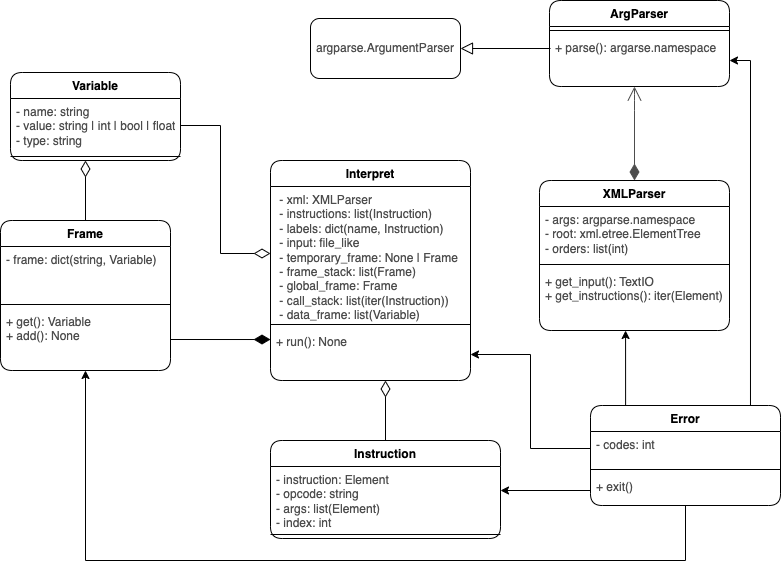
Above: img/IPP2.png in jkalend/VUT-IPP (draw.io), before the change. Source tidied: cells renumbered, new cells last; positions are measured from the earlier drawing's top-left corner, leaving out a move shared by most shapes.
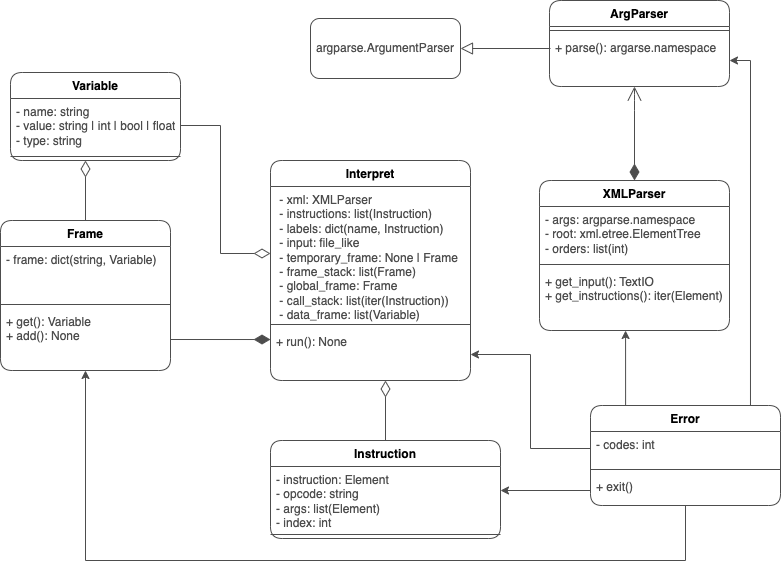
Later version of the same file.

The edit, as a diff of the source:
```diff
@@ -2,7 +2,7 @@
   <root>
     <mxCell id="0" />
     <mxCell id="1" parent="0" />
-    <mxCell id="2" value="ArgParser" style="swimlane;fontStyle=1;align=center;verticalAlign=top;horizontal=1;startSize=26;whiteSpace=wrap;html=1;rounded=1;" parent="1" vertex="1">
+    <mxCell id="2" value="ArgParser" style="swimlane;fontStyle=1;align=center;verticalAlign=top;horizontal=1;startSize=26;whiteSpace=wrap;html=1;rounded=1;strokeColor=#4D4D4D;" parent="1" vertex="1">
       <mxGeometry x="549" width="180" height="86" as="geometry" />
     </mxCell>
     <mxCell id="3" style="line;strokeWidth=1;fillColor=none;align=left;verticalAlign=middle;spacingTop=-1;spacingLeft=3;spacingRight=3;labelPosition=right;strokeColor=inherit;rounded=1;" parent="2" vertex="1">
@@ -11,7 +11,7 @@
     <mxCell id="4" value="+ parse(): argarse.namespace" style="text;strokeColor=none;fillColor=none;align=left;verticalAlign=top;spacingLeft=4;spacingRight=4;overflow=hidden;points=[[0,0.5],[1,0.5]];portConstraint=eastwest;whiteSpace=wrap;html=1;fontColor=#4D4D4D;rounded=1;" parent="2" vertex="1">
       <mxGeometry y="34" width="180" height="52" as="geometry" />
     </mxCell>
-    <mxCell id="5" value="&lt;font color=&quot;#000000&quot;&gt;XMLParser&lt;/font&gt;" style="swimlane;fontStyle=1;align=center;verticalAlign=top;horizontal=1;startSize=26;whiteSpace=wrap;html=1;rounded=1;fontColor=#4D4D4D;" parent="1" vertex="1">
+    <mxCell id="5" value="&lt;font color=&quot;#000000&quot;&gt;XMLParser&lt;/font&gt;" style="swimlane;fontStyle=1;align=center;verticalAlign=top;horizontal=1;startSize=26;whiteSpace=wrap;html=1;rounded=1;fontColor=#4D4D4D;strokeColor=#4D4D4D;" parent="1" vertex="1">
       <mxGeometry x="539" y="180" width="190" height="150" as="geometry" />
     </mxCell>
     <mxCell id="6" value="- args: argparse.namespace&lt;br&gt;- root: xml.etree.ElementTree&lt;br&gt;- orders: list(int)" style="text;strokeColor=none;fillColor=none;align=left;verticalAlign=top;spacingLeft=4;spacingRight=4;overflow=hidden;whiteSpace=wrap;html=1;fontColor=#4D4D4D;rounded=1;" parent="5" vertex="1">
@@ -23,7 +23,7 @@
     <mxCell id="8" value="+ get_input(): TextIO&lt;br&gt;+ get_instructions(): iter(Element)" style="text;strokeColor=none;fillColor=none;align=left;verticalAlign=top;spacingLeft=4;spacingRight=4;overflow=hidden;points=[[0,0.5],[1,0.5]];portConstraint=eastwest;whiteSpace=wrap;html=1;fontColor=#4D4D4D;rounded=1;" parent="5" vertex="1">
       <mxGeometry y="88" width="190" height="62" as="geometry" />
     </mxCell>
-    <mxCell id="9" value="Interpret" style="swimlane;fontStyle=1;align=center;verticalAlign=top;horizontal=1;startSize=26;whiteSpace=wrap;html=1;rounded=1;" parent="1" vertex="1">
+    <mxCell id="9" value="Interpret" style="swimlane;fontStyle=1;align=center;verticalAlign=top;horizontal=1;startSize=26;whiteSpace=wrap;html=1;rounded=1;strokeColor=#4D4D4D;" parent="1" vertex="1">
       <mxGeometry x="270" y="160" width="200" height="220" as="geometry" />
     </mxCell>
     <mxCell id="10" value="&lt;span style=&quot;background-color: initial;&quot;&gt;&amp;nbsp;- xml: XMLParser&lt;br&gt;&amp;nbsp;- instructions: list(Instruction)&lt;br&gt;&amp;nbsp;- labels: dict(name, Instruction)&lt;br&gt;&amp;nbsp;- input: file_like&lt;br&gt;&amp;nbsp;- temporary_frame: None | Frame&lt;br&gt;&amp;nbsp;- frame_stack: list(Frame)&lt;br&gt;&amp;nbsp;- global_frame: Frame&lt;br&gt;&amp;nbsp;- call_stack: list(iter(Instruction))&lt;br&gt;&amp;nbsp;- data_frame: list(Variable)&lt;br&gt;&lt;/span&gt;" style="text;strokeColor=none;fillColor=none;align=left;verticalAlign=top;spacingLeft=4;spacingRight=4;overflow=hidden;points=[[0,0.5],[1,0.5]];portConstraint=eastwest;whiteSpace=wrap;html=1;fontColor=#4D4D4D;rounded=1;" parent="9" vertex="1">
@@ -43,15 +43,15 @@
         </Array>
       </mxGeometry>
     </mxCell>
-    <mxCell id="14" value="argparse.ArgumentParser" style="rounded=1;whiteSpace=wrap;html=1;fontColor=#4D4D4D;" parent="1" vertex="1">
+    <mxCell id="14" value="argparse.ArgumentParser" style="rounded=1;whiteSpace=wrap;html=1;fontColor=#4D4D4D;strokeColor=#4D4D4D;" parent="1" vertex="1">
       <mxGeometry x="310" y="18" width="150" height="60" as="geometry" />
     </mxCell>
-    <mxCell id="15" style="endArrow=none;startArrow=block;html=1;rounded=0;exitX=1;exitY=0.5;exitDx=0;exitDy=0;startFill=0;endFill=0;strokeWidth=1;endSize=10;startSize=10;" parent="1" edge="1" source="14">
+    <mxCell id="15" style="endArrow=none;startArrow=block;html=1;rounded=0;exitX=1;exitY=0.5;exitDx=0;exitDy=0;startFill=0;endFill=0;strokeWidth=1;endSize=10;startSize=10;fontColor=#4D4D4D;strokeColor=#4D4D4D;" parent="1" edge="1" source="14">
       <mxGeometry relative="1" as="geometry">
         <mxPoint x="550" y="48" as="targetPoint" />
       </mxGeometry>
     </mxCell>
-    <mxCell id="16" value="Variable" style="swimlane;fontStyle=1;align=center;verticalAlign=top;horizontal=1;startSize=26;whiteSpace=wrap;html=1;rounded=1;" parent="1" vertex="1">
+    <mxCell id="16" value="Variable" style="swimlane;fontStyle=1;align=center;verticalAlign=top;horizontal=1;startSize=26;whiteSpace=wrap;html=1;rounded=1;strokeColor=#4D4D4D;" parent="1" vertex="1">
       <mxGeometry x="10" y="72" width="170" height="88" as="geometry" />
     </mxCell>
     <mxCell id="17" value="- name: string&lt;br&gt;- value: string | int | bool | float&lt;br&gt;- type: string" style="text;strokeColor=none;fillColor=none;align=left;verticalAlign=top;spacingLeft=4;spacingRight=4;overflow=hidden;points=[[0,0.5],[1,0.5]];portConstraint=eastwest;whiteSpace=wrap;html=1;fontColor=#4D4D4D;rounded=1;" parent="16" vertex="1">
@@ -60,12 +60,12 @@
     <mxCell id="18" style="line;strokeWidth=1;fillColor=none;align=left;verticalAlign=middle;spacingTop=-1;spacingLeft=3;spacingRight=3;labelPosition=right;strokeColor=inherit;rounded=1;" parent="16" vertex="1">
       <mxGeometry y="80" width="170" height="8" as="geometry" />
     </mxCell>
-    <mxCell id="19" style="edgeStyle=orthogonalEdgeStyle;rounded=0;jettySize=auto;html=1;exitX=0.5;exitY=0;exitDx=0;exitDy=0;endArrow=diamondThin;endFill=0;startSize=14;endSize=14;fontColor=#4D4D4D;" parent="1" edge="1" source="20">
+    <mxCell id="19" style="edgeStyle=orthogonalEdgeStyle;rounded=0;jettySize=auto;html=1;exitX=0.5;exitY=0;exitDx=0;exitDy=0;endArrow=diamondThin;endFill=0;startSize=14;endSize=14;fontColor=#4D4D4D;strokeColor=#4D4D4D;" parent="1" edge="1" source="20">
       <mxGeometry relative="1" as="geometry">
         <mxPoint x="85" y="160" as="targetPoint" />
       </mxGeometry>
     </mxCell>
-    <mxCell id="20" value="Frame" style="swimlane;fontStyle=1;align=center;verticalAlign=top;horizontal=1;startSize=26;whiteSpace=wrap;html=1;rounded=1;" parent="1" vertex="1">
+    <mxCell id="20" value="Frame" style="swimlane;fontStyle=1;align=center;verticalAlign=top;horizontal=1;startSize=26;whiteSpace=wrap;html=1;rounded=1;strokeColor=#4D4D4D;" parent="1" vertex="1">
       <mxGeometry y="220" width="170" height="150" as="geometry" />
     </mxCell>
     <mxCell id="21" value="- frame: dict(string, Variable)" style="text;strokeColor=none;fillColor=none;align=left;verticalAlign=top;spacingLeft=4;spacingRight=4;overflow=hidden;whiteSpace=wrap;html=1;fontColor=#4D4D4D;rounded=1;" parent="20" vertex="1">
@@ -77,10 +77,10 @@
     <mxCell id="23" value="+ get(): Variable&lt;br&gt;+ add(): None" style="text;strokeColor=none;fillColor=none;align=left;verticalAlign=top;spacingLeft=4;spacingRight=4;overflow=hidden;points=[[0,0.5],[1,0.5]];portConstraint=eastwest;whiteSpace=wrap;html=1;fontColor=#4D4D4D;rounded=1;" parent="20" vertex="1">
       <mxGeometry y="88" width="170" height="62" as="geometry" />
     </mxCell>
-    <mxCell id="24" style="edgeStyle=orthogonalEdgeStyle;rounded=0;jettySize=auto;html=1;exitX=0.5;exitY=0;exitDx=0;exitDy=0;entryX=0.575;entryY=1;entryDx=0;entryDy=0;entryPerimeter=0;endArrow=diamondThin;endFill=0;endSize=14;fontColor=#4D4D4D;" parent="1" edge="1" source="25" target="12">
+    <mxCell id="24" style="edgeStyle=orthogonalEdgeStyle;rounded=0;jettySize=auto;html=1;exitX=0.5;exitY=0;exitDx=0;exitDy=0;entryX=0.575;entryY=1;entryDx=0;entryDy=0;entryPerimeter=0;endArrow=diamondThin;endFill=0;endSize=14;fontColor=#4D4D4D;strokeColor=#4D4D4D;" parent="1" edge="1" source="25" target="12">
       <mxGeometry relative="1" as="geometry" />
     </mxCell>
-    <mxCell id="25" value="Instruction" style="swimlane;fontStyle=1;align=center;verticalAlign=top;horizontal=1;startSize=26;whiteSpace=wrap;html=1;rounded=1;" parent="1" vertex="1">
+    <mxCell id="25" value="Instruction" style="swimlane;fontStyle=1;align=center;verticalAlign=top;horizontal=1;startSize=26;whiteSpace=wrap;html=1;rounded=1;strokeColor=#4D4D4D;" parent="1" vertex="1">
       <mxGeometry x="270" y="440" width="230" height="98" as="geometry" />
     </mxCell>
     <mxCell id="26" value="- instruction: Element&lt;br&gt;- opcode: string&lt;br&gt;- args: list(Element)&lt;br&gt;- index: int" style="text;strokeColor=none;fillColor=none;align=left;verticalAlign=top;spacingLeft=4;spacingRight=4;overflow=hidden;points=[[0,0.5],[1,0.5]];portConstraint=eastwest;whiteSpace=wrap;html=1;fontColor=#4D4D4D;rounded=1;" parent="25" vertex="1">
@@ -89,17 +89,17 @@
     <mxCell id="27" style="line;strokeWidth=1;fillColor=none;align=left;verticalAlign=middle;spacingTop=-1;spacingLeft=3;spacingRight=3;labelPosition=right;strokeColor=inherit;rounded=1;" parent="25" vertex="1">
       <mxGeometry y="90" width="230" height="8" as="geometry" />
     </mxCell>
-    <mxCell id="28" style="edgeStyle=orthogonalEdgeStyle;rounded=0;jettySize=auto;html=1;entryX=1;entryY=0.5;entryDx=0;entryDy=0;exitX=0.842;exitY=0;exitDx=0;exitDy=0;exitPerimeter=0;" parent="1" edge="1" source="30" target="4">
+    <mxCell id="28" style="edgeStyle=orthogonalEdgeStyle;rounded=0;jettySize=auto;html=1;entryX=1;entryY=0.5;entryDx=0;entryDy=0;exitX=0.842;exitY=0;exitDx=0;exitDy=0;exitPerimeter=0;fontColor=#4D4D4D;strokeColor=#4D4D4D;" parent="1" edge="1" source="30" target="4">
       <mxGeometry relative="1" as="geometry" />
     </mxCell>
-    <mxCell id="29" style="edgeStyle=orthogonalEdgeStyle;rounded=0;jettySize=auto;html=1;exitX=0.5;exitY=0;exitDx=0;exitDy=0;entryX=0.453;entryY=1;entryDx=0;entryDy=0;entryPerimeter=0;fontColor=#4D4D4D;" parent="1" edge="1" source="30" target="8">
+    <mxCell id="29" style="edgeStyle=orthogonalEdgeStyle;rounded=0;jettySize=auto;html=1;exitX=0.5;exitY=0;exitDx=0;exitDy=0;entryX=0.453;entryY=1;entryDx=0;entryDy=0;entryPerimeter=0;fontColor=#4D4D4D;strokeColor=#4D4D4D;" parent="1" edge="1" source="30" target="8">
       <mxGeometry relative="1" as="geometry">
         <Array as="points">
           <mxPoint x="625" y="405" />
         </Array>
       </mxGeometry>
     </mxCell>
-    <mxCell id="30" value="Error" style="swimlane;fontStyle=1;align=center;verticalAlign=top;horizontal=1;startSize=26;whiteSpace=wrap;html=1;rounded=1;" parent="1" vertex="1">
+    <mxCell id="30" value="Error" style="swimlane;fontStyle=1;align=center;verticalAlign=top;horizontal=1;startSize=26;whiteSpace=wrap;html=1;rounded=1;strokeColor=#4D4D4D;" parent="1" vertex="1">
       <mxGeometry x="590" y="405" width="190" height="100" as="geometry" />
     </mxCell>
     <mxCell id="31" value="- codes: int" style="text;strokeColor=none;fillColor=none;align=left;verticalAlign=top;spacingLeft=4;spacingRight=4;overflow=hidden;points=[[0,0.5],[1,0.5]];portConstraint=eastwest;whiteSpace=wrap;html=1;fontColor=#4D4D4D;rounded=1;" parent="30" vertex="1">
@@ -111,17 +111,17 @@
     <mxCell id="33" value="+ exit()" style="text;strokeColor=none;fillColor=none;align=left;verticalAlign=top;spacingLeft=4;spacingRight=4;overflow=hidden;points=[[0,0.5],[1,0.5]];portConstraint=eastwest;whiteSpace=wrap;html=1;fontColor=#4D4D4D;rounded=1;" parent="30" vertex="1">
       <mxGeometry y="68" width="190" height="32" as="geometry" />
     </mxCell>
-    <mxCell id="34" style="edgeStyle=orthogonalEdgeStyle;rounded=0;jettySize=auto;html=1;exitX=0;exitY=0.5;exitDx=0;exitDy=0;entryX=1;entryY=0.375;entryDx=0;entryDy=0;entryPerimeter=0;fontColor=#4D4D4D;" parent="1" edge="1" source="33" target="26">
+    <mxCell id="34" style="edgeStyle=orthogonalEdgeStyle;rounded=0;jettySize=auto;html=1;exitX=0;exitY=0.5;exitDx=0;exitDy=0;entryX=1;entryY=0.375;entryDx=0;entryDy=0;entryPerimeter=0;fontColor=#4D4D4D;strokeColor=#4D4D4D;" parent="1" edge="1" source="33" target="26">
       <mxGeometry relative="1" as="geometry">
         <Array as="points">
           <mxPoint x="590" y="490" />
         </Array>
       </mxGeometry>
     </mxCell>
-    <mxCell id="35" style="edgeStyle=orthogonalEdgeStyle;rounded=0;jettySize=auto;html=1;exitX=0;exitY=0.5;exitDx=0;exitDy=0;entryX=1;entryY=0.5;entryDx=0;entryDy=0;fontColor=#4D4D4D;" parent="1" edge="1" source="31" target="12">
+    <mxCell id="35" style="edgeStyle=orthogonalEdgeStyle;rounded=0;jettySize=auto;html=1;exitX=0;exitY=0.5;exitDx=0;exitDy=0;entryX=1;entryY=0.5;entryDx=0;entryDy=0;fontColor=#4D4D4D;strokeColor=#4D4D4D;" parent="1" edge="1" source="31" target="12">
       <mxGeometry relative="1" as="geometry" />
     </mxCell>
-    <mxCell id="36" style="edgeStyle=orthogonalEdgeStyle;rounded=0;jettySize=auto;html=1;entryX=0.5;entryY=1;entryDx=0;entryDy=0;entryPerimeter=0;fontColor=#4D4D4D;" parent="1" edge="1" source="33" target="23">
+    <mxCell id="36" style="edgeStyle=orthogonalEdgeStyle;rounded=0;jettySize=auto;html=1;entryX=0.5;entryY=1;entryDx=0;entryDy=0;entryPerimeter=0;fontColor=#4D4D4D;strokeColor=#4D4D4D;" parent="1" edge="1" source="33" target="23">
       <mxGeometry relative="1" as="geometry">
         <Array as="points">
           <mxPoint x="685" y="560" />
@@ -129,10 +129,10 @@
         </Array>
       </mxGeometry>
     </mxCell>
-    <mxCell id="37" style="edgeStyle=orthogonalEdgeStyle;rounded=0;jettySize=auto;html=1;exitX=1;exitY=0.5;exitDx=0;exitDy=0;entryX=0;entryY=0.212;entryDx=0;entryDy=0;entryPerimeter=0;endArrow=diamondThin;endFill=1;endSize=14;" parent="1" edge="1" source="23" target="12">
+    <mxCell id="37" style="edgeStyle=orthogonalEdgeStyle;rounded=0;jettySize=auto;html=1;exitX=1;exitY=0.5;exitDx=0;exitDy=0;entryX=0;entryY=0.212;entryDx=0;entryDy=0;entryPerimeter=0;endArrow=diamondThin;endFill=1;endSize=14;fontColor=#4D4D4D;strokeColor=#4D4D4D;" parent="1" edge="1" source="23" target="12">
       <mxGeometry relative="1" as="geometry" />
     </mxCell>
-    <mxCell id="38" style="edgeStyle=orthogonalEdgeStyle;rounded=0;jettySize=auto;html=1;exitX=1;exitY=0.5;exitDx=0;exitDy=0;entryX=0;entryY=0.5;entryDx=0;entryDy=0;endArrow=diamondThin;endFill=0;startSize=14;endSize=14;fontColor=#4D4D4D;" parent="1" edge="1" source="17" target="10">
+    <mxCell id="38" style="edgeStyle=orthogonalEdgeStyle;rounded=0;jettySize=auto;html=1;exitX=1;exitY=0.5;exitDx=0;exitDy=0;entryX=0;entryY=0.5;entryDx=0;entryDy=0;endArrow=diamondThin;endFill=0;startSize=14;endSize=14;fontColor=#4D4D4D;strokeColor=#4D4D4D;" parent="1" edge="1" source="17" target="10">
       <mxGeometry relative="1" as="geometry" />
     </mxCell>
   </root>
```
